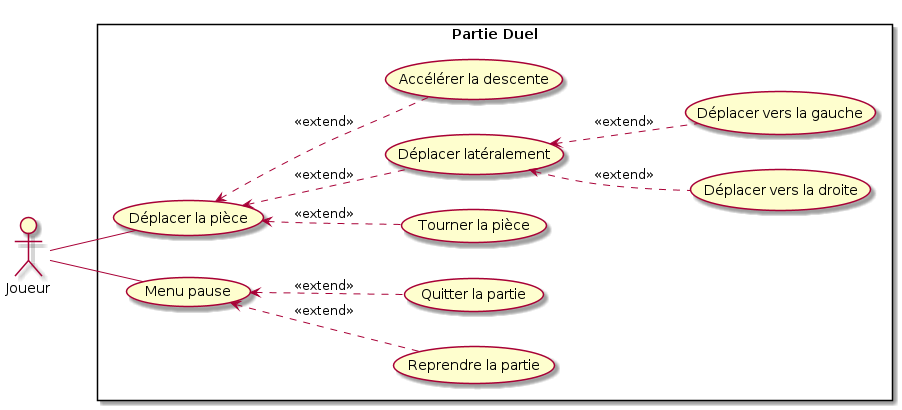
ulb-info2-group5/Royal-Blocks keeps this PlantUML diagram as SRD-DOC/uml/usescase/en-jeu/dual.png. Above is the earlier version. Its source is kept beside it as SRD-DOC/uml/usescase/en-jeu/dual.plantuml.
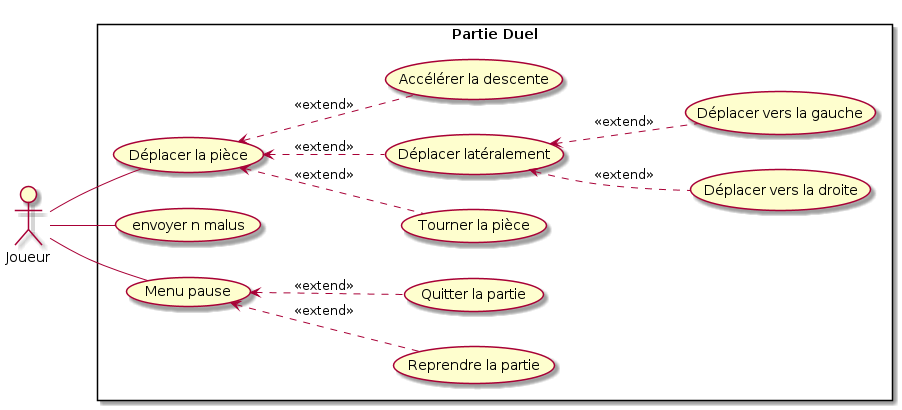
After the commit.

The edit, as a diff of the source:
```diff
@@ -9,6 +9,7 @@
     usecase "Déplacer la pièce" as move_piece
     usecase "Tourner la pièce" as rotate_piece
 
+    usecase "envoyer n malus" as throw_penalty
 
     usecase "Déplacer latéralement" as lateral_movement
     usecase "Accélérer la descente" as increase_descent
@@ -22,7 +23,7 @@
 
 player -- move_piece
 player -- pause_menu
-
+player -- throw_penalty
 (move_piece) <-. (lateral_movement): <<extend>>
 (move_piece) <-. (increase_descent): <<extend>>
 (move_piece) <-. (rotate_piece): <<extend>>
```
